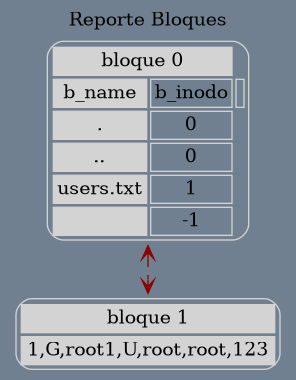
This is reporteBloque.png from RamiroTelles/MIA_P1_202010044, a Graphviz export, as it was before one commit. Its source is kept beside it as reporteBloque.dot.
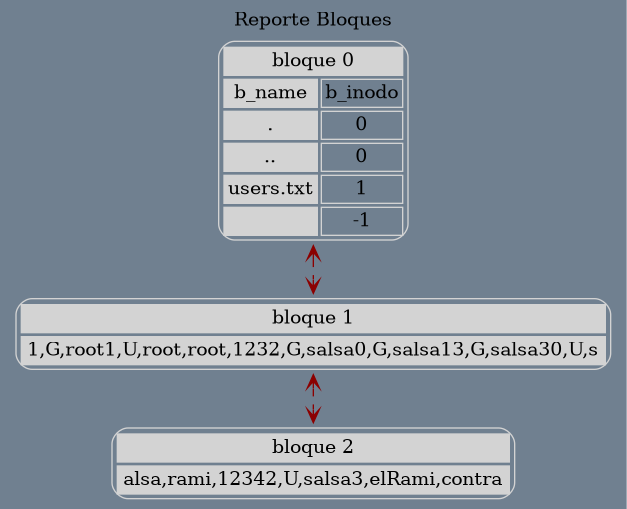
Later version of the same file.

Diff of the diagram source:
```diff
@@ -7,7 +7,7 @@
 bloque0[shape=none, color=lightgrey, label=<
 <TABLE cellspacing="3" cellpadding="2" style="rounded" >
 <TR><TD bgcolor="lightgrey" colspan="2">bloque 0</TD></TR>
-<TR><TD bgcolor="lightgrey">b_name</TD><TD>b_inodo</TD><TD></TD></TR>
+<TR><TD bgcolor="lightgrey">b_name</TD><TD>b_inodo</TD></TR>
 <TR><TD bgcolor="lightgrey">.</TD><TD>0</TD></TR>
 <TR><TD bgcolor="lightgrey">..</TD><TD>0</TD></TR>
 <TR><TD bgcolor="lightgrey">users.txt</TD><TD>1</TD></TR>
@@ -18,7 +18,18 @@
 <TR><TD bgcolor="lightgrey" colspan="2">bloque 1</TD></TR>
 <TR><TD bgcolor="lightgrey" colspan="2">1,G,root
 1,U,root,root,123
+2,G,salsa
+0,G,salsa1
+3,G,salsa3
+0,U,s</TD></TR>
+</TABLE>>];
+bloque0 -> bloque1;
+bloque2[shape=none, color=lightgrey, label=<
+<TABLE cellspacing="3" cellpadding="2" style="rounded" >
+<TR><TD bgcolor="lightgrey" colspan="2">bloque 2</TD></TR>
+<TR><TD bgcolor="lightgrey" colspan="2">alsa,rami,1234
+2,U,salsa3,elRami,contra
 </TD></TR>
 </TABLE>>];
-bloque0 -> bloque1;
+bloque1 -> bloque2;
 }
```
